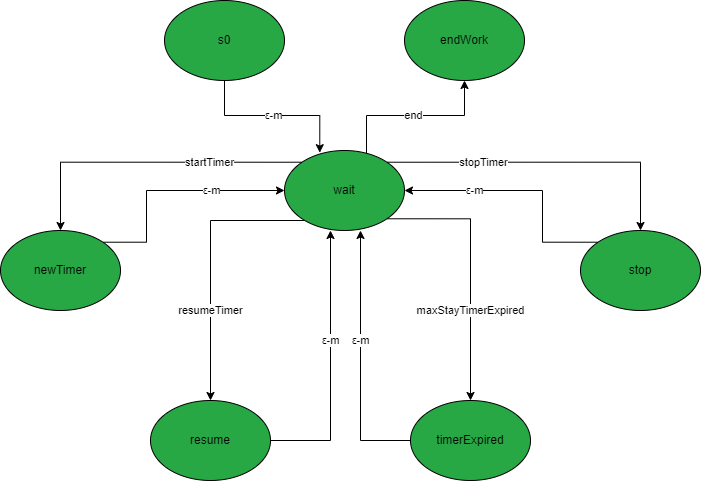
The draw.io diagram doc/assets/statiMaxstaytime.png in it9tst/iss2020---UniBO, before a commit. Source tidied: cells renumbered, new cells last; positions are measured from the earlier drawing's top-left corner, leaving out a move shared by most shapes.
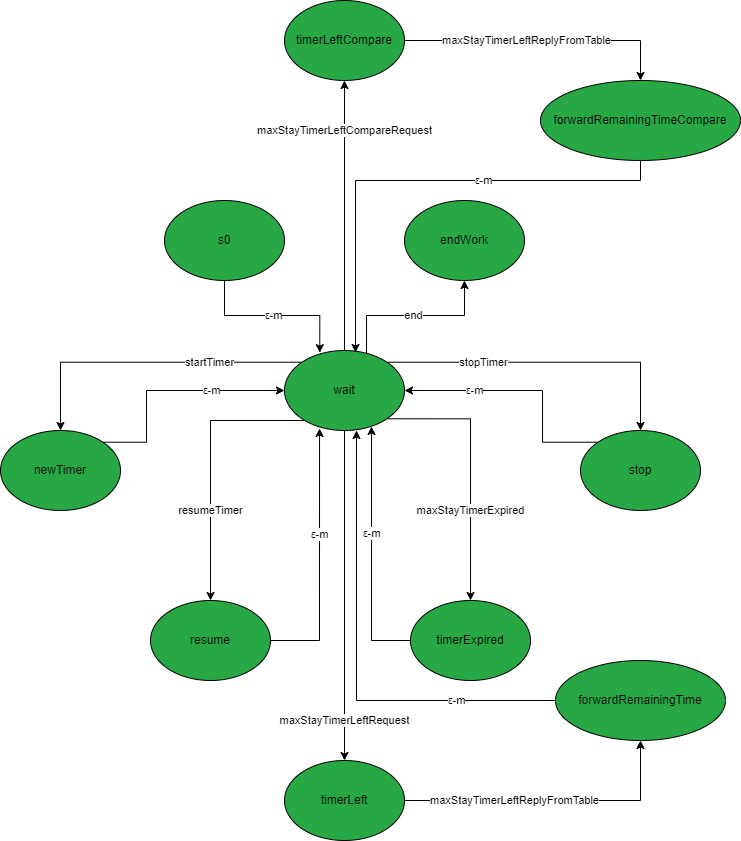
After the commit.

Diff of the diagram source:
```diff
@@ -42,15 +42,19 @@
         </Array>
       </mxGeometry>
     </mxCell>
+    <mxCell id="19" value="maxStayTimerLeftRequest" style="edgeStyle=orthogonalEdgeStyle;rounded=0;jettySize=auto;html=1;entryX=0.5;entryY=0;entryDx=0;entryDy=0;" parent="1" edge="1" source="11" target="22">
+      <mxGeometry x="0.76" relative="1" as="geometry" />
+    </mxCell>
+    <mxCell id="20" value="maxStayTimerLeftCompareRequest" style="edgeStyle=orthogonalEdgeStyle;rounded=0;jettySize=auto;html=1;entryX=0.5;entryY=1;entryDx=0;entryDy=0;" parent="1" edge="1" source="11" target="26">
+      <mxGeometry x="0.63" relative="1" as="geometry" />
+    </mxCell>
     <mxCell id="11" value="wait" style="ellipse;whiteSpace=wrap;html=1;fillColor=#28A745;" parent="1" vertex="1">
       <mxGeometry x="284" y="150" width="120" height="80" as="geometry" />
     </mxCell>
-    <mxCell id="12" value="ε-m" style="edgeStyle=orthogonalEdgeStyle;rounded=0;jettySize=auto;html=1;" parent="1" edge="1" source="13">
+    <mxCell id="12" value="ε-m" style="edgeStyle=orthogonalEdgeStyle;rounded=0;jettySize=auto;html=1;entryX=0.292;entryY=0.975;entryDx=0;entryDy=0;entryPerimeter=0;" parent="1" edge="1" source="13" target="11">
       <mxGeometry x="0.19" relative="1" as="geometry">
-        <mxPoint x="330" y="230" as="targetPoint" />
         <Array as="points">
-          <mxPoint x="330" y="440" />
-          <mxPoint x="330" y="230" />
+          <mxPoint x="319" y="440" />
         </Array>
       </mxGeometry>
     </mxCell>
@@ -67,12 +71,10 @@
     <mxCell id="15" value="stop" style="ellipse;whiteSpace=wrap;html=1;fillColor=#28A745;" parent="1" vertex="1">
       <mxGeometry x="580" y="230" width="120" height="80" as="geometry" />
     </mxCell>
-    <mxCell id="16" value="ε-m" style="edgeStyle=orthogonalEdgeStyle;rounded=0;jettySize=auto;html=1;" parent="1" edge="1" source="17">
+    <mxCell id="16" value="ε-m" style="edgeStyle=orthogonalEdgeStyle;rounded=0;jettySize=auto;html=1;entryX=0.725;entryY=0.95;entryDx=0;entryDy=0;entryPerimeter=0;" parent="1" edge="1" source="17" target="11">
       <mxGeometry x="0.15" relative="1" as="geometry">
-        <mxPoint x="360" y="230" as="targetPoint" />
         <Array as="points">
-          <mxPoint x="360" y="440" />
-          <mxPoint x="360" y="230" />
+          <mxPoint x="371" y="440" />
         </Array>
       </mxGeometry>
     </mxCell>
@@ -82,5 +84,34 @@
     <mxCell id="18" value="endWork" style="ellipse;whiteSpace=wrap;html=1;fillColor=#28A745;" parent="1" vertex="1">
       <mxGeometry x="404" width="120" height="80" as="geometry" />
     </mxCell>
+    <mxCell id="21" value="maxStayTimerLeftReplyFromTable" style="edgeStyle=orthogonalEdgeStyle;rounded=0;jettySize=auto;html=1;entryX=0.5;entryY=1;entryDx=0;entryDy=0;" parent="1" edge="1" source="22" target="24">
+      <mxGeometry x="-0.25" relative="1" as="geometry" />
+    </mxCell>
+    <mxCell id="22" value="timerLeft" style="ellipse;whiteSpace=wrap;html=1;fillColor=#28A745;" parent="1" vertex="1">
+      <mxGeometry x="284" y="560" width="120" height="80" as="geometry" />
+    </mxCell>
+    <mxCell id="23" value="ε-m" style="edgeStyle=orthogonalEdgeStyle;rounded=0;jettySize=auto;html=1;entryX=0.6;entryY=1;entryDx=0;entryDy=0;entryPerimeter=0;" parent="1" edge="1" source="24" target="11">
+      <mxGeometry x="-0.58" relative="1" as="geometry" />
+    </mxCell>
+    <mxCell id="24" value="forwardRemainingTime" style="ellipse;whiteSpace=wrap;html=1;fillColor=#28A745;" parent="1" vertex="1">
+      <mxGeometry x="555" y="460" width="170" height="80" as="geometry" />
+    </mxCell>
+    <mxCell id="25" value="maxStayTimerLeftReplyFromTable" style="edgeStyle=orthogonalEdgeStyle;rounded=0;jettySize=auto;html=1;entryX=0.5;entryY=0;entryDx=0;entryDy=0;" parent="1" edge="1" source="26" target="28">
+      <mxGeometry x="-0.12" relative="1" as="geometry" />
+    </mxCell>
+    <mxCell id="26" value="timerLeftCompare" style="ellipse;whiteSpace=wrap;html=1;fillColor=#28A745;" parent="1" vertex="1">
+      <mxGeometry x="284" y="-200" width="120" height="80" as="geometry" />
+    </mxCell>
+    <mxCell id="27" value="ε-m" style="edgeStyle=orthogonalEdgeStyle;rounded=0;jettySize=auto;html=1;entryX=0.592;entryY=0.025;entryDx=0;entryDy=0;entryPerimeter=0;" parent="1" edge="1" source="28" target="11">
+      <mxGeometry x="-0.26" relative="1" as="geometry">
+        <Array as="points">
+          <mxPoint x="640" y="-20" />
+          <mxPoint x="355" y="-20" />
+        </Array>
+      </mxGeometry>
+    </mxCell>
+    <mxCell id="28" value="forwardRemainingTimeCompare" style="ellipse;whiteSpace=wrap;html=1;fillColor=#28A745;" parent="1" vertex="1">
+      <mxGeometry x="540" y="-120" width="200" height="80" as="geometry" />
+    </mxCell>
   </root>
 </mxGraphModel>
```
